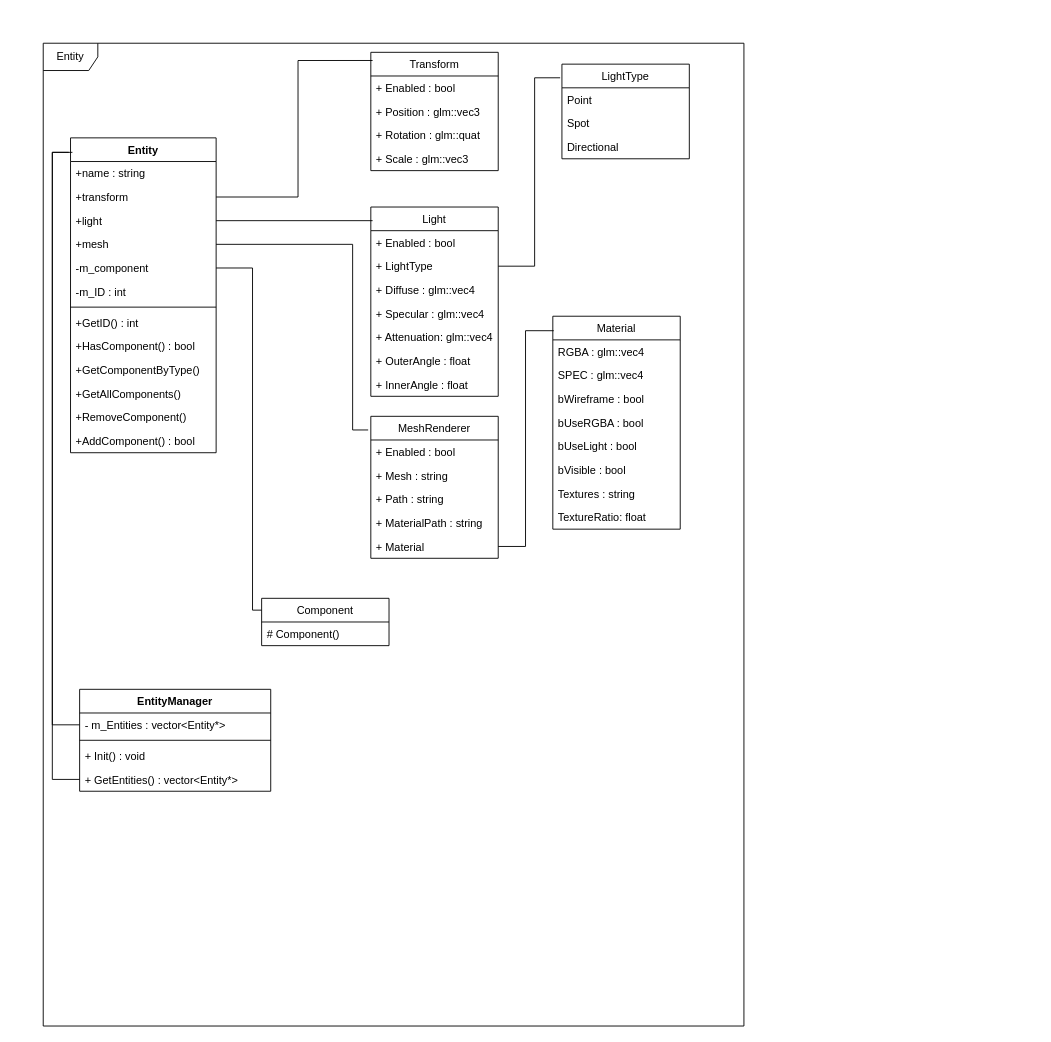
Before: page "Entity" (3 of 13) of UMLDiagram.drawio in hazN/ECS_Engine, a draw.io diagram. Source tidied: cells renumbered, new cells numbered last; positions are measured from the earlier drawing's top-left corner, leaving out a move shared by most shapes. Both pictures are drawn from the tidied source at 91%, with x=0, y=0 at pixel (43, 43).
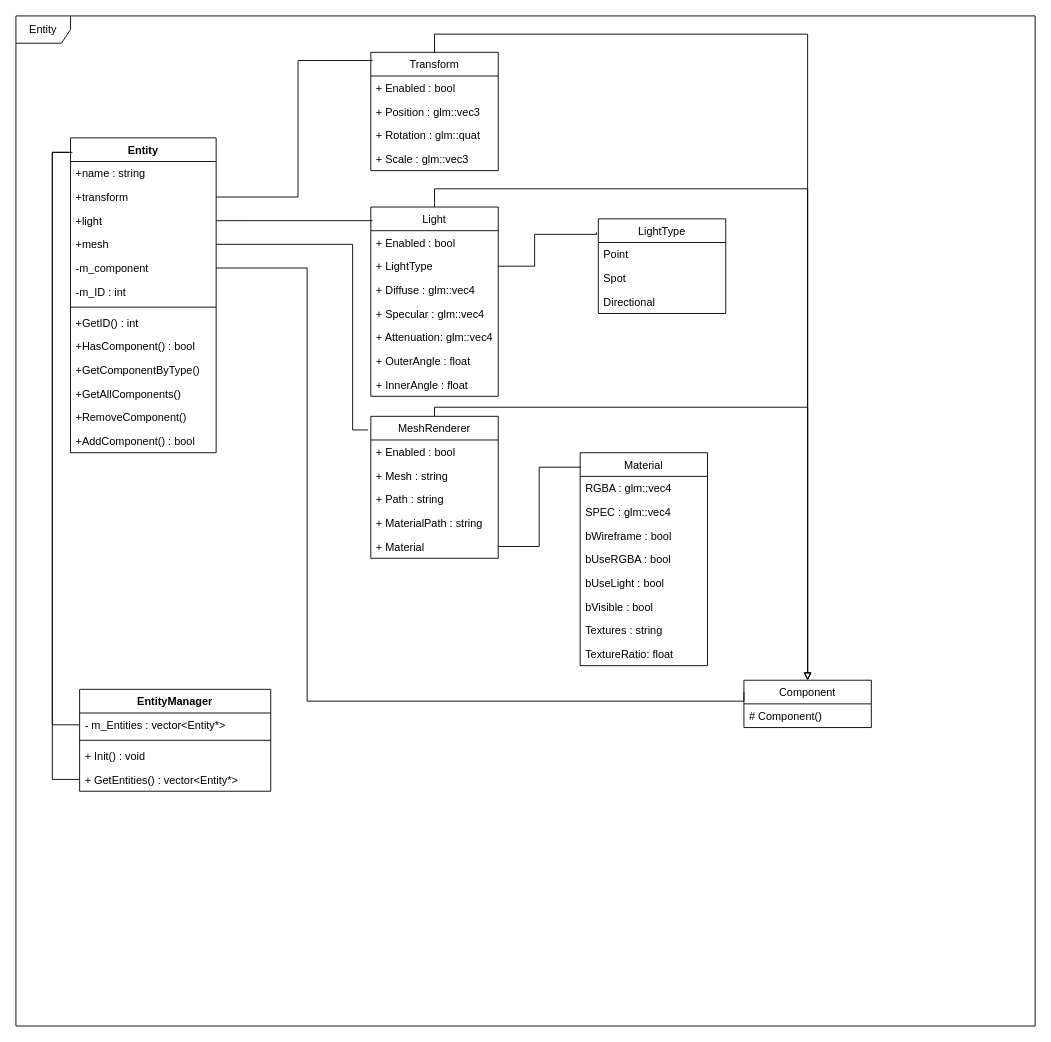
The same diagram, later.

Unchanged cells that the change refers to:
```xml
<mxCell id="8" value="-m_component" style="text;strokeColor=none;fillColor=none;align=left;verticalAlign=top;spacingLeft=4;spacingRight=4;overflow=hidden;points=[[0,0.5],[1,0.5]];portConstraint=eastwest;" parent="3" vertex="1">
  <mxGeometry y="130" width="160" height="26" as="geometry" />
</mxCell>
<mxCell id="20" value="Transform" style="swimlane;fontStyle=0;horizontal=1;startSize=26;fillColor=none;" parent="1" vertex="1">
  <mxGeometry x="360" y="10" width="140" height="130" as="geometry" />
</mxCell>
<mxCell id="25" value="Light" style="swimlane;fontStyle=0;horizontal=1;startSize=26;fillColor=none;" parent="1" vertex="1">
  <mxGeometry x="360" y="180" width="140" height="208" as="geometry" />
</mxCell>
<mxCell id="27" value="+ LightType" style="text;strokeColor=none;fillColor=none;align=left;verticalAlign=top;spacingLeft=4;spacingRight=4;overflow=hidden;points=[[0,0.5],[1,0.5]];portConstraint=eastwest;" parent="25" vertex="1">
  <mxGeometry y="52" width="140" height="26" as="geometry" />
</mxCell>
<mxCell id="41" value="MeshRenderer" style="swimlane;fontStyle=0;horizontal=1;startSize=26;fillColor=none;" parent="1" vertex="1">
  <mxGeometry x="360" y="410" width="140" height="156" as="geometry" />
</mxCell>
```

Change to the diagram source:
```diff
@@
     <mxCell id="2" value="Entity" style="shape=umlFrame;whiteSpace=wrap;html=1;" parent="1" vertex="1">
-      <mxGeometry width="770" height="1080" as="geometry" />
+      <mxGeometry x="-30" y="-30" width="1120" height="1110" as="geometry" />
     </mxCell>
@@
     <mxCell id="19" style="edgeStyle=orthogonalEdgeStyle;rounded=0;jettySize=auto;html=1;entryX=1;entryY=0.5;entryDx=0;entryDy=0;endArrow=none;endFill=0;exitX=0;exitY=0.25;exitDx=0;exitDy=0;" parent="1" edge="1" source="39" target="8">
       <mxGeometry relative="1" as="geometry">
         <Array as="points">
-          <mxPoint x="230" y="623" />
-          <mxPoint x="230" y="247" />
+          <mxPoint x="770" y="723" />
+          <mxPoint x="290" y="723" />
+          <mxPoint x="290" y="247" />
         </Array>
       </mxGeometry>
     </mxCell>
+    <mxCell id="64" style="edgeStyle=orthogonalEdgeStyle;rounded=0;jettySize=auto;html=1;exitX=0.5;exitY=0;exitDx=0;exitDy=0;entryX=0.5;entryY=0;entryDx=0;entryDy=0;endArrow=block;endFill=0;" parent="1" edge="1" source="20" target="39">
+      <mxGeometry relative="1" as="geometry" />
+    </mxCell>
@@
+    <mxCell id="65" style="edgeStyle=orthogonalEdgeStyle;rounded=0;jettySize=auto;html=1;exitX=0.5;exitY=0;exitDx=0;exitDy=0;entryX=0.5;entryY=0;entryDx=0;entryDy=0;endArrow=block;endFill=0;" parent="1" edge="1" source="25" target="39">
+      <mxGeometry relative="1" as="geometry" />
+    </mxCell>
@@
     <mxCell id="34" value="LightType" style="swimlane;fontStyle=0;horizontal=1;startSize=26;fillColor=none;" parent="1" vertex="1">
-      <mxGeometry x="570" y="23" width="140" height="104" as="geometry" />
+      <mxGeometry x="610" y="193" width="140" height="104" as="geometry" />
     </mxCell>
@@
     <mxCell id="38" style="edgeStyle=orthogonalEdgeStyle;rounded=0;jettySize=auto;html=1;exitX=1;exitY=0.5;exitDx=0;exitDy=0;entryX=-0.014;entryY=0.144;entryDx=0;entryDy=0;entryPerimeter=0;endArrow=none;endFill=0;" parent="1" edge="1" source="27" target="34">
       <mxGeometry relative="1" as="geometry">
         <Array as="points">
           <mxPoint x="540" y="245" />
-          <mxPoint x="540" y="38" />
+          <mxPoint x="540" y="210" />
+          <mxPoint x="608" y="210" />
         </Array>
       </mxGeometry>
     </mxCell>
     <mxCell id="39" value="Component" style="swimlane;fontStyle=0;horizontal=1;startSize=26;fillColor=none;" parent="1" vertex="1">
-      <mxGeometry x="240" y="610" width="140" height="52" as="geometry" />
+      <mxGeometry x="770" y="700" width="140" height="52" as="geometry" />
     </mxCell>
@@
+    <mxCell id="66" style="edgeStyle=orthogonalEdgeStyle;rounded=0;jettySize=auto;html=1;exitX=0.5;exitY=0;exitDx=0;exitDy=0;entryX=0.5;entryY=0;entryDx=0;entryDy=0;endArrow=block;endFill=0;" parent="1" edge="1" source="41" target="39">
+      <mxGeometry relative="1" as="geometry">
+        <Array as="points">
+          <mxPoint x="430" y="400" />
+          <mxPoint x="840" y="400" />
+        </Array>
+      </mxGeometry>
+    </mxCell>
@@
     <mxCell id="47" value="Material" style="swimlane;fontStyle=0;horizontal=1;startSize=26;fillColor=none;" parent="1" vertex="1">
-      <mxGeometry x="560" y="300" width="140" height="234" as="geometry" />
+      <mxGeometry x="590" y="450" width="140" height="234" as="geometry" />
     </mxCell>
```
